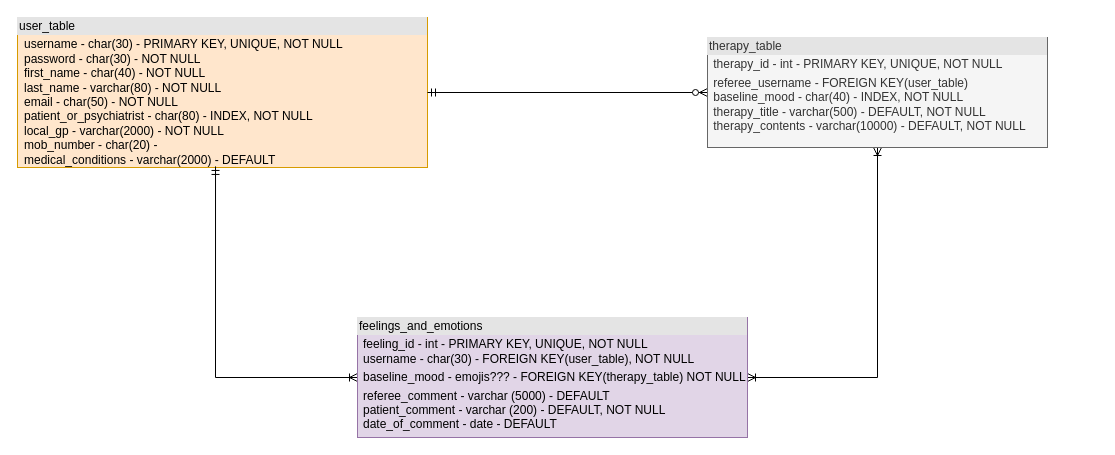
The draw.io diagram Documentation/Entity Relationship Diagram/Joshua Higginson - Entity Relationship Diagram.drawio in joshuahigginson1/DevOps_Assessment_1, before the edit. Source tidied: cells renumbered, new cells numbered last; positions are measured from the earlier drawing's top-left corner, leaving out a move shared by most shapes. Both pictures are drawn from the tidied source at 100%, with x=0, y=0 at pixel (17, 17).
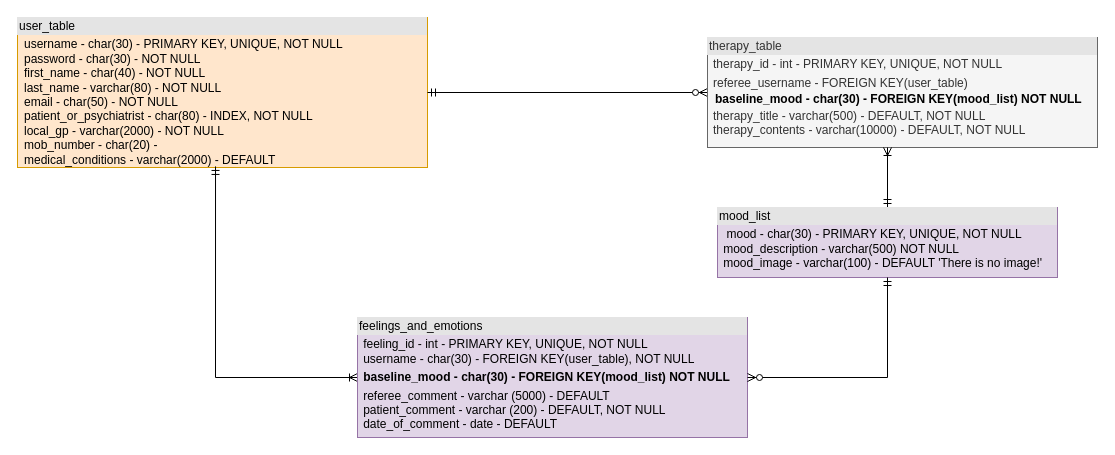
Above is the later version.

Commit message (it also covers changes not shown here):
QDA1-45 #comment resolved many to many database conflict thanks2Jack He.

What changed in the source:
```diff
@@
 <mxGraphModel>
   <root>
     <mxCell id="0" />
     <mxCell id="1" parent="0" />
     <mxCell id="2" value="&lt;div style=&quot;box-sizing: border-box ; width: 100% ; background: #e4e4e4 ; padding: 2px&quot;&gt;user_table&lt;/div&gt;&lt;table style=&quot;width: 100% ; font-size: 1em&quot; cellpadding=&quot;2&quot; cellspacing=&quot;0&quot;&gt;&lt;tbody&gt;&lt;tr&gt;&lt;td&gt;&lt;br&gt;&lt;br&gt;&lt;br&gt;&lt;br&gt;&lt;br&gt;&lt;br&gt;&lt;br&gt;&lt;br&gt;&lt;br&gt;&lt;br&gt;&lt;br&gt;&lt;/td&gt;&lt;td&gt;username&amp;nbsp;- char(30) - PRIMARY KEY, UNIQUE, NOT NULL&lt;br&gt;password - char(30) - NOT NULL&lt;br&gt;first_name&amp;nbsp;- char(40) - NOT NULL&lt;br&gt;last_name&amp;nbsp;- varchar(80) - NOT NULL&lt;br&gt;email&amp;nbsp;- char(50) - NOT NULL&lt;br&gt;patient_or_psychiatrist - char(80) - INDEX, NOT NULL&lt;br&gt;local_gp - varchar(2000) - NOT NULL&lt;br&gt;mob_number - char(20) -&amp;nbsp;&lt;br&gt;medical_conditions - varchar(2000) - DEFAULT&lt;br&gt;&lt;br&gt;&lt;br&gt;&lt;/td&gt;&lt;/tr&gt;&lt;tr&gt;&lt;td&gt;&lt;br&gt;&lt;/td&gt;&lt;td&gt;&lt;br&gt;&lt;/td&gt;&lt;/tr&gt;&lt;tr&gt;&lt;td&gt;&lt;/td&gt;&lt;td&gt;&lt;br&gt;&lt;/td&gt;&lt;/tr&gt;&lt;/tbody&gt;&lt;/table&gt;" style="verticalAlign=top;align=left;overflow=fill;html=1;fillColor=#ffe6cc;strokeColor=#d79b00;" parent="1" vertex="1">
       <mxGeometry width="410" height="150" as="geometry" />
     </mxCell>
-    <mxCell id="3" style="edgeStyle=orthogonalEdgeStyle;rounded=0;jettySize=auto;html=1;entryX=0.5;entryY=1;entryDx=0;entryDy=0;startArrow=ERoneToMany;startFill=0;endArrow=ERoneToMany;endFill=0;exitX=1;exitY=0.5;exitDx=0;exitDy=0;" parent="1" edge="1" source="5" target="7">
-      <mxGeometry relative="1" as="geometry" />
-    </mxCell>
     <mxCell id="4" style="edgeStyle=orthogonalEdgeStyle;rounded=0;jettySize=auto;html=1;entryX=0.483;entryY=0.993;entryDx=0;entryDy=0;startArrow=ERoneToMany;startFill=0;endArrow=ERmandOne;endFill=0;entryPerimeter=0;" parent="1" edge="1" source="5" target="2">
       <mxGeometry relative="1" as="geometry">
         <Array as="points">
           <mxPoint x="198" y="360" />
         </Array>
       </mxGeometry>
     </mxCell>
-    <mxCell id="5" value="&lt;div style=&quot;box-sizing: border-box ; width: 100% ; background: #e4e4e4 ; padding: 2px&quot;&gt;feelings_and_emotions&lt;/div&gt;&lt;table style=&quot;width: 100% ; font-size: 1em&quot; cellpadding=&quot;2&quot; cellspacing=&quot;0&quot;&gt;&lt;tbody&gt;&lt;tr&gt;&lt;td&gt;&lt;br&gt;&lt;/td&gt;&lt;td&gt;feeling_id - int - PRIMARY KEY, UNIQUE, NOT NULL&amp;nbsp;&lt;br&gt;username - char(30) - FOREIGN KEY(user_table), NOT NULL&lt;/td&gt;&lt;/tr&gt;&lt;tr&gt;&lt;td&gt;&lt;br&gt;&lt;/td&gt;&lt;td&gt;baseline_mood - emojis??? - FOREIGN KEY(therapy_table) NOT NULL&lt;br&gt;&lt;/td&gt;&lt;/tr&gt;&lt;tr&gt;&lt;td&gt;&lt;/td&gt;&lt;td&gt;referee_comment - varchar (5000) - DEFAULT&lt;br&gt;patient_comment - varchar (200) - DEFAULT, NOT NULL&lt;br&gt;date_of_comment - date - DEFAULT&lt;br&gt;&lt;br&gt;&lt;/td&gt;&lt;/tr&gt;&lt;/tbody&gt;&lt;/table&gt;" style="verticalAlign=top;align=left;overflow=fill;html=1;fillColor=#e1d5e7;strokeColor=#9673a6;" parent="1" vertex="1">
+    <mxCell id="5" value="&lt;div style=&quot;box-sizing: border-box ; width: 100% ; background: #e4e4e4 ; padding: 2px&quot;&gt;feelings_and_emotions&lt;/div&gt;&lt;table style=&quot;width: 100% ; font-size: 1em&quot; cellpadding=&quot;2&quot; cellspacing=&quot;0&quot;&gt;&lt;tbody&gt;&lt;tr&gt;&lt;td&gt;&lt;br&gt;&lt;/td&gt;&lt;td&gt;feeling_id - int - PRIMARY KEY, UNIQUE, NOT NULL&amp;nbsp;&lt;br&gt;username - char(30) - FOREIGN KEY(user_table), NOT NULL&lt;/td&gt;&lt;/tr&gt;&lt;tr&gt;&lt;td&gt;&lt;br&gt;&lt;/td&gt;&lt;td&gt;&lt;b&gt;baseline_mood - char(30) - FOREIGN KEY(mood_list) NOT NULL&lt;/b&gt;&lt;br&gt;&lt;/td&gt;&lt;/tr&gt;&lt;tr&gt;&lt;td&gt;&lt;/td&gt;&lt;td&gt;referee_comment - varchar (5000) - DEFAULT&lt;br&gt;patient_comment - varchar (200) - DEFAULT, NOT NULL&lt;br&gt;date_of_comment - date - DEFAULT&lt;br&gt;&lt;br&gt;&lt;/td&gt;&lt;/tr&gt;&lt;/tbody&gt;&lt;/table&gt;" style="verticalAlign=top;align=left;overflow=fill;html=1;fillColor=#e1d5e7;strokeColor=#9673a6;" parent="1" vertex="1">
       <mxGeometry x="340" y="300" width="390" height="120" as="geometry" />
     </mxCell>
     <mxCell id="6" style="edgeStyle=orthogonalEdgeStyle;rounded=0;jettySize=auto;html=1;entryX=1;entryY=0.5;entryDx=0;entryDy=0;endArrow=ERmandOne;endFill=0;startArrow=ERzeroToMany;startFill=1;" parent="1" edge="1" source="7" target="2">
       <mxGeometry relative="1" as="geometry" />
     </mxCell>
-    <mxCell id="7" value="&lt;div style=&quot;box-sizing: border-box ; width: 100% ; background: #e4e4e4 ; padding: 2px&quot;&gt;therapy_table&lt;/div&gt;&lt;table style=&quot;width: 100% ; font-size: 1em&quot; cellpadding=&quot;2&quot; cellspacing=&quot;0&quot;&gt;&lt;tbody&gt;&lt;tr&gt;&lt;td&gt;&lt;br&gt;&lt;/td&gt;&lt;td&gt;therapy_id - int - PRIMARY KEY, UNIQUE, NOT NULL&lt;/td&gt;&lt;/tr&gt;&lt;tr&gt;&lt;td&gt;&lt;br&gt;&lt;/td&gt;&lt;td&gt;referee_username - FOREIGN KEY(user_table)&lt;br&gt;baseline_mood - char(40) - INDEX, NOT NULL&lt;br&gt;therapy_title - varchar(500) - DEFAULT, NOT NULL&lt;br&gt;therapy_contents - varchar(10000) - DEFAULT, NOT NULL&lt;/td&gt;&lt;/tr&gt;&lt;tr&gt;&lt;td&gt;&lt;/td&gt;&lt;td&gt;&lt;br&gt;&lt;/td&gt;&lt;/tr&gt;&lt;/tbody&gt;&lt;/table&gt;" style="verticalAlign=top;align=left;overflow=fill;html=1;fillColor=#f5f5f5;strokeColor=#666666;fontColor=#333333;" parent="1" vertex="1">
-      <mxGeometry x="690" y="20" width="340" height="110" as="geometry" />
+    <mxCell id="7" value="&lt;div style=&quot;box-sizing: border-box ; width: 100% ; background: #e4e4e4 ; padding: 2px&quot;&gt;therapy_table&lt;/div&gt;&lt;table style=&quot;width: 100% ; font-size: 1em&quot; cellpadding=&quot;2&quot; cellspacing=&quot;0&quot;&gt;&lt;tbody&gt;&lt;tr&gt;&lt;td&gt;&lt;br&gt;&lt;/td&gt;&lt;td&gt;therapy_id - int - PRIMARY KEY, UNIQUE, NOT NULL&lt;/td&gt;&lt;/tr&gt;&lt;tr&gt;&lt;td&gt;&lt;br&gt;&lt;/td&gt;&lt;td&gt;referee_username - FOREIGN KEY(user_table)&lt;br&gt;&lt;table cellpadding=&quot;2&quot; cellspacing=&quot;0&quot; style=&quot;color: rgb(0 , 0 , 0) ; font-size: 1em ; width: 390px&quot;&gt;&lt;tbody&gt;&lt;tr&gt;&lt;td&gt;&lt;b&gt;baseline_mood - char(30) - FOREIGN KEY(mood_list) NOT NULL&lt;/b&gt;&lt;/td&gt;&lt;/tr&gt;&lt;/tbody&gt;&lt;/table&gt;therapy_title - varchar(500) - DEFAULT, NOT NULL&lt;br&gt;therapy_contents - varchar(10000) - DEFAULT, NOT NULL&lt;/td&gt;&lt;/tr&gt;&lt;tr&gt;&lt;td&gt;&lt;/td&gt;&lt;td&gt;&lt;br&gt;&lt;/td&gt;&lt;/tr&gt;&lt;/tbody&gt;&lt;/table&gt;" style="verticalAlign=top;align=left;overflow=fill;html=1;fillColor=#f5f5f5;strokeColor=#666666;fontColor=#333333;" parent="1" vertex="1">
+      <mxGeometry x="690" y="20" width="390" height="110" as="geometry" />
     </mxCell>
+    <mxCell id="8" style="edgeStyle=orthogonalEdgeStyle;rounded=0;jettySize=auto;html=1;startArrow=ERmandOne;startFill=0;endArrow=ERoneToMany;endFill=0;" parent="1" edge="1" source="9">
+      <mxGeometry relative="1" as="geometry">
+        <mxPoint x="870" y="130" as="targetPoint" />
+      </mxGeometry>
+    </mxCell>
+    <mxCell id="9" value="&lt;div style=&quot;box-sizing: border-box ; width: 100% ; background: #e4e4e4 ; padding: 2px&quot;&gt;mood_list&lt;/div&gt;&lt;table style=&quot;width: 100% ; font-size: 1em&quot; cellpadding=&quot;2&quot; cellspacing=&quot;0&quot;&gt;&lt;tbody&gt;&lt;tr&gt;&lt;td&gt;&lt;br&gt;&lt;/td&gt;&lt;td&gt;&amp;nbsp;mood - char(30) - PRIMARY KEY, UNIQUE, NOT NULL&lt;br&gt;mood_description - varchar(500) NOT NULL&amp;nbsp;&lt;br&gt;mood_image - varchar(100) - DEFAULT 'There is no image!'&lt;/td&gt;&lt;/tr&gt;&lt;tr&gt;&lt;td&gt;&lt;/td&gt;&lt;td&gt;&lt;br&gt;&lt;br&gt;&lt;/td&gt;&lt;/tr&gt;&lt;/tbody&gt;&lt;/table&gt;" style="verticalAlign=top;align=left;overflow=fill;html=1;fillColor=#e1d5e7;strokeColor=#9673a6;" parent="1" vertex="1">
+      <mxGeometry x="700" y="190" width="340" height="70" as="geometry" />
+    </mxCell>
+    <mxCell id="10" style="edgeStyle=orthogonalEdgeStyle;rounded=0;jettySize=auto;html=1;entryX=0.5;entryY=1;entryDx=0;entryDy=0;startArrow=ERzeroToMany;startFill=1;endArrow=ERmandOne;endFill=0;exitX=1;exitY=0.5;exitDx=0;exitDy=0;" parent="1" edge="1" source="5" target="9">
+      <mxGeometry relative="1" as="geometry" />
+    </mxCell>
   </root>
 </mxGraphModel>
```
